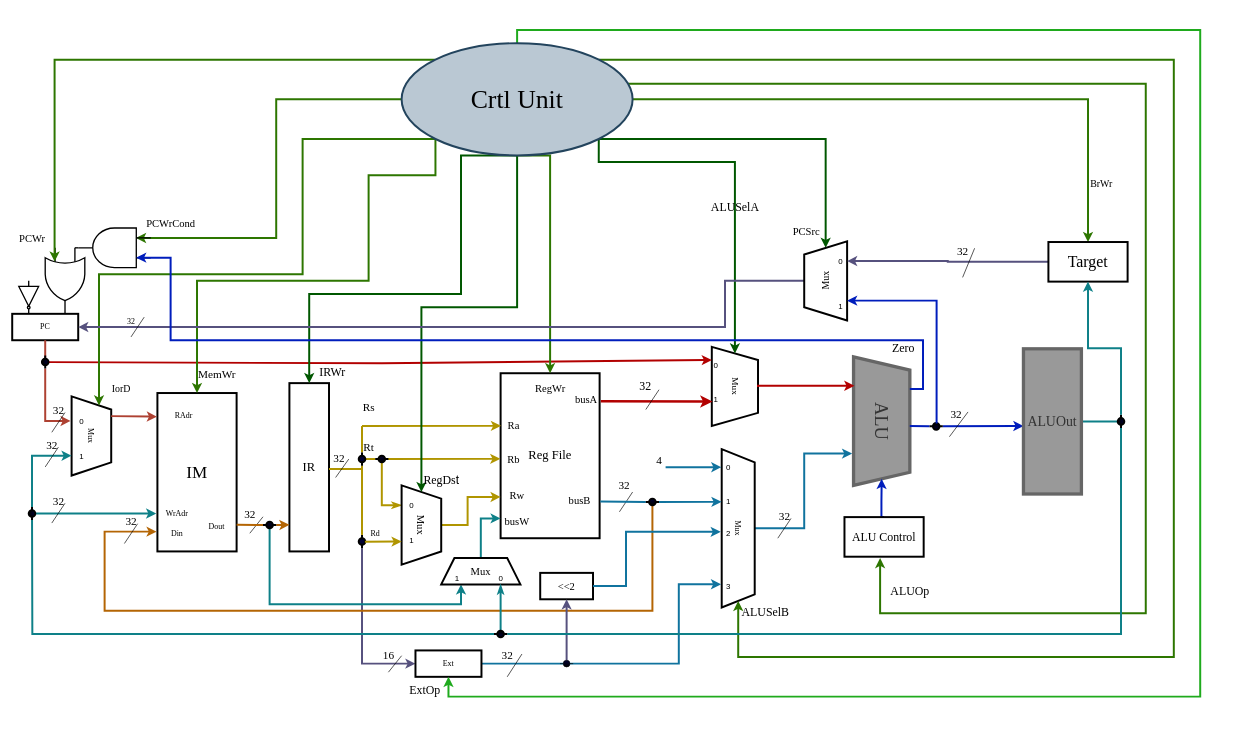
Before: 未命名绘图.drawio in harder-er/zgh, a draw.io diagram. Source tidied: cells renumbered, new cells numbered last; positions are measured from the earlier drawing's top-left corner, leaving out a move shared by most shapes. Both pictures are drawn from the tidied source at 66%, with x=0, y=0 at pixel (12, 30).
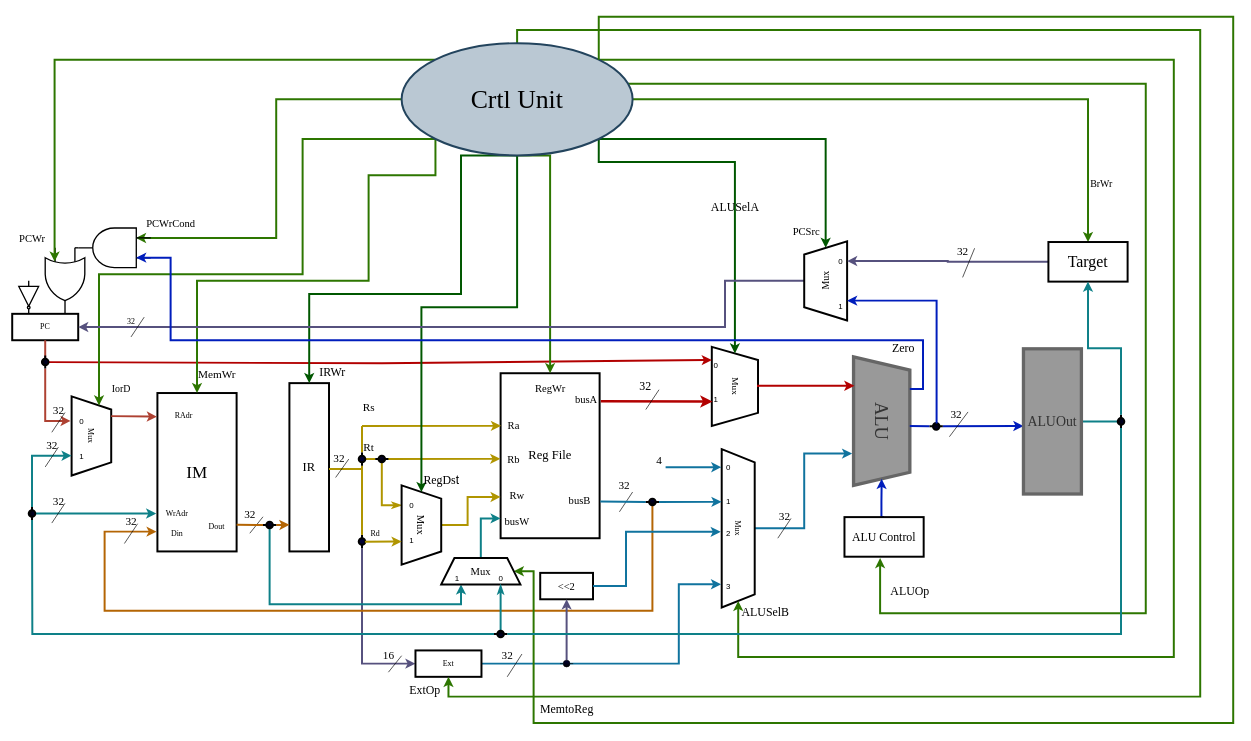
The same page after the edit.

Commit message:
更新未命名绘图.drawio

Unchanged cells that the change refers to:
```xml
<mxCell id="51" value="Ext" style="html=1;dashed=0;whiteSpace=wrap;fontFamily=Times New Roman;strokeWidth=3;" parent="1" vertex="1">
  <mxGeometry x="611" y="940" width="100" height="40" as="geometry" />
</mxCell>
<mxCell id="64" value="&lt;font style=&quot;font-size: 39px;&quot;&gt;Crtl Unit&lt;/font&gt;" style="ellipse;whiteSpace=wrap;html=1;fillColor=#bac8d3;strokeColor=#23445d;fontFamily=Times New Roman;strokeWidth=3;" parent="1" vertex="1">
  <mxGeometry x="590" y="20" width="350" height="170" as="geometry" />
</mxCell>
<mxCell id="87" value="&lt;font style=&quot;font-size: 16px;&quot;&gt;Mux&lt;/font&gt;" style="shape=trapezoid;perimeter=trapezoidPerimeter;whiteSpace=wrap;html=1;fixedSize=1;rotation=0;fontFamily=Times New Roman;strokeWidth=3;" parent="1" vertex="1">
  <mxGeometry x="650" y="800" width="120" height="40" as="geometry" />
</mxCell>
```

The edit, as a diff of the source:
```diff
@@
-    <mxCell id="62" style="edgeStyle=orthogonalEdgeStyle;rounded=0;jettySize=auto;html=1;exitX=0.5;exitY=0;exitDx=0;exitDy=0;elbow=vertical;entryX=0.5;entryY=1;entryDx=0;entryDy=0;strokeColor=#1faa1d;strokeWidth=3;" parent="1" edge="1" source="64" target="51">
+    <mxCell id="62" style="edgeStyle=orthogonalEdgeStyle;rounded=0;jettySize=auto;html=1;exitX=0.5;exitY=0;exitDx=0;exitDy=0;elbow=vertical;entryX=0.5;entryY=1;entryDx=0;entryDy=0;strokeColor=#2D7600;strokeWidth=3;fillColor=#60a917;" parent="1" edge="1" source="64" target="51">
       <mxGeometry relative="1" as="geometry">
         <Array as="points">
           <mxPoint x="765" />
           <mxPoint x="1800" />
           <mxPoint x="1800" y="1010" />
           <mxPoint x="661" y="1010" />
         </Array>
       </mxGeometry>
     </mxCell>
@@
+    <mxCell id="161" style="edgeStyle=orthogonalEdgeStyle;rounded=0;jettySize=auto;html=1;exitX=1;exitY=0.5;exitDx=0;exitDy=0;entryX=1;entryY=0;entryDx=0;entryDy=0;fillColor=#60a917;strokeColor=#2D7600;strokeWidth=3;endArrow=none;endFill=0;startArrow=classic;startFill=1;" parent="1" edge="1" source="87" target="64">
+      <mxGeometry relative="1" as="geometry">
+        <Array as="points">
+          <mxPoint x="790" y="820" />
+          <mxPoint x="790" y="1050" />
+          <mxPoint x="1850" y="1050" />
+          <mxPoint x="1850" y="-20" />
+          <mxPoint x="889" y="-20" />
+        </Array>
+      </mxGeometry>
+    </mxCell>
@@
+    <mxCell id="162" value="&lt;font face=&quot;Times New Roman&quot; style=&quot;font-size: 18px;&quot;&gt;MemtoReg&lt;/font&gt;" style="text;html=1;align=center;verticalAlign=middle;strokeColor=none;fillColor=none;" parent="1" vertex="1">
+      <mxGeometry x="790" y="1010" width="100" height="40" as="geometry" />
+    </mxCell>
```
